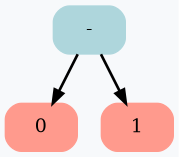
RTCupid/Differentiator keeps this Graphviz diagram as Expression.png. Above is the earlier version. Its source is kept beside it as Expression.dot.
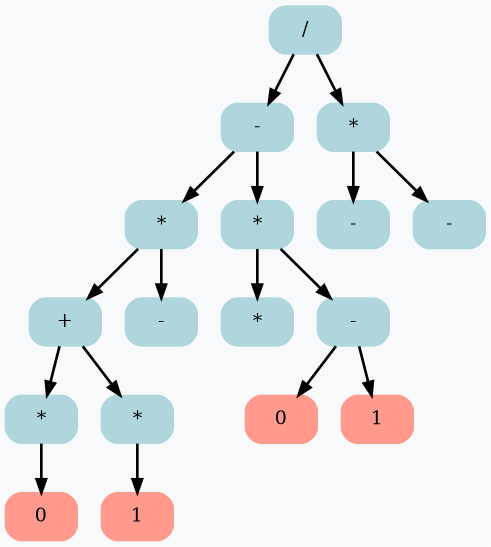
Above is the later version.

Diff of the diagram source:
```diff
@@ -1,9 +1,37 @@
 digraph G {
 	rankdir = HR;
 	bgcolor="#F7F9FB"
-	 node0x503000000130 [shape=Mrecord; style=filled; color="#aed6dc"; label =  "- " ];
-	 node0x503000000130 -> node0x503000000100 [ style=bold; weight=1000; ];
-	 node0x503000000130 -> node0x5030000000d0 [ style=bold; weight=1000; ];
-	 node0x503000000100 [shape=Mrecord; style=filled; color="#ff9a8d"; label =  "0 " ];
-	 node0x5030000000d0 [shape=Mrecord; style=filled; color="#ff9a8d"; label =  "1 " ];
+	 node0x5030000004c0 [shape=Mrecord; style=filled; color="#aed6dc"; label =  "/ " ];
+	 node0x5030000004c0 -> node0x503000000490 [ style=bold; weight=1000; ];
+	 node0x5030000004c0 -> node0x503000000220 [ style=bold; weight=1000; ];
+	 node0x503000000490 [shape=Mrecord; style=filled; color="#aed6dc"; label =  "- " ];
+	 node0x503000000490 -> node0x503000000460 [ style=bold; weight=1000; ];
+	 node0x503000000490 -> node0x503000000310 [ style=bold; weight=1000; ];
+	 node0x503000000460 [shape=Mrecord; style=filled; color="#aed6dc"; label =  "* " ];
+	 node0x503000000460 -> node0x503000000430 [ style=bold; weight=1000; ];
+	 node0x503000000460 -> node0x503000000340 [ style=bold; weight=1000; ];
+	 node0x503000000430 [shape=Mrecord; style=filled; color="#aed6dc"; label =  "+ " ];
+	 node0x503000000430 -> node0x503000000400 [ style=bold; weight=1000; ];
+	 node0x503000000430 -> node0x5030000003a0 [ style=bold; weight=1000; ];
+	 node0x503000000400 [shape=Mrecord; style=filled; color="#aed6dc"; label =  "* " ];
+	 node0x503000000400 -> node0x5030000003d0 [ style=bold; weight=1000; ];
+	 node0x5030000003d0 [shape=Mrecord; style=filled; color="#ff9a8d"; label =  "0 " ];
+	 node0x5030000003a0 [shape=Mrecord; style=filled; color="#aed6dc"; label =  "* " ];
+	 node0x5030000003a0 -> node0x503000000370 [ style=bold; weight=1000; ];
+	 node0x503000000370 [shape=Mrecord; style=filled; color="#ff9a8d"; label =  "1 " ];
+	 node0x503000000340 [shape=Mrecord; style=filled; color="#aed6dc"; label =  "- " ];
+	 node0x503000000310 [shape=Mrecord; style=filled; color="#aed6dc"; label =  "* " ];
+	 node0x503000000310 -> node0x5030000002e0 [ style=bold; weight=1000; ];
+	 node0x503000000310 -> node0x5030000002b0 [ style=bold; weight=1000; ];
+	 node0x5030000002e0 [shape=Mrecord; style=filled; color="#aed6dc"; label =  "* " ];
+	 node0x5030000002b0 [shape=Mrecord; style=filled; color="#aed6dc"; label =  "- " ];
+	 node0x5030000002b0 -> node0x503000000280 [ style=bold; weight=1000; ];
+	 node0x5030000002b0 -> node0x503000000250 [ style=bold; weight=1000; ];
+	 node0x503000000280 [shape=Mrecord; style=filled; color="#ff9a8d"; label =  "0 " ];
+	 node0x503000000250 [shape=Mrecord; style=filled; color="#ff9a8d"; label =  "1 " ];
+	 node0x503000000220 [shape=Mrecord; style=filled; color="#aed6dc"; label =  "* " ];
+	 node0x503000000220 -> node0x5030000001f0 [ style=bold; weight=1000; ];
+	 node0x503000000220 -> node0x5030000001c0 [ style=bold; weight=1000; ];
+	 node0x5030000001f0 [shape=Mrecord; style=filled; color="#aed6dc"; label =  "- " ];
+	 node0x5030000001c0 [shape=Mrecord; style=filled; color="#aed6dc"; label =  "- " ];
 }
```
